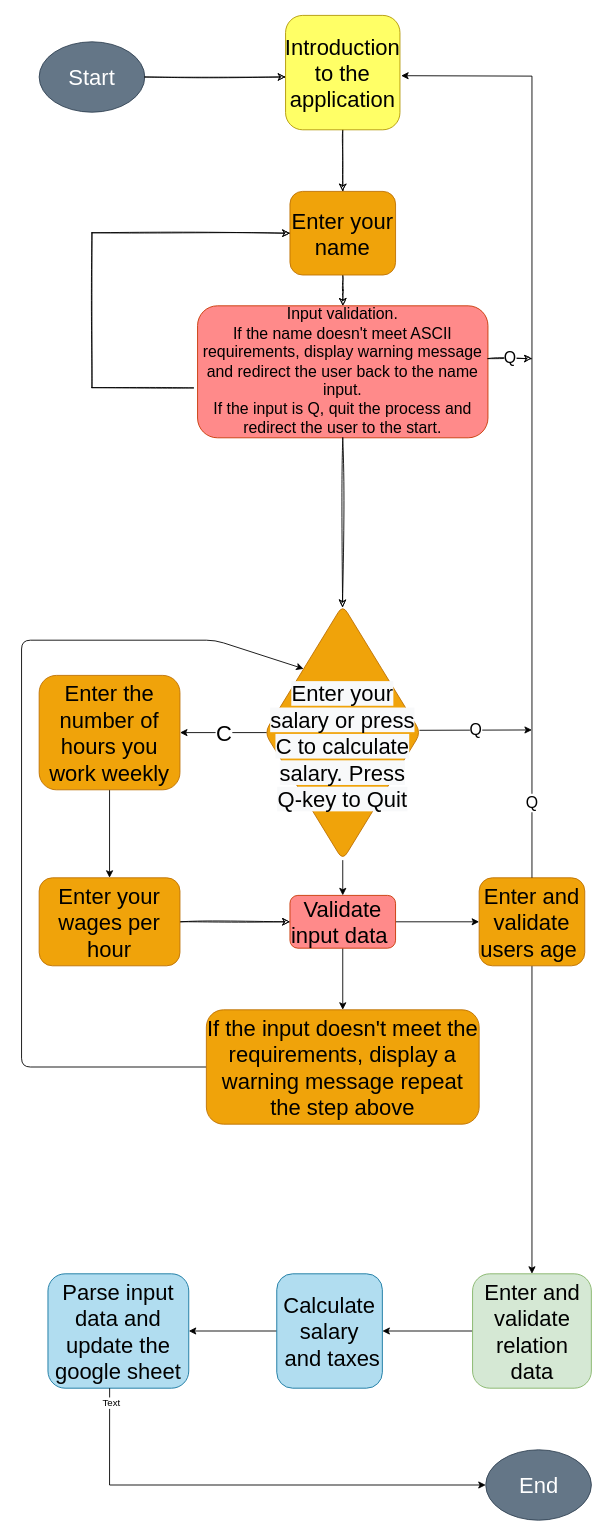
Code-Institute-Submissions/TomaszWoloszyn983-mini-tax-calculator_DecResub keeps this draw.io diagram as Untitled Diagram.drawio. Above is the earlier version. Source tidied: cells renumbered, new cells numbered last; positions are measured from the earlier drawing's top-left corner, leaving out a move shared by most shapes. Both pictures are drawn from the tidied source at 88%, with x=0, y=0 at pixel (21, 15).
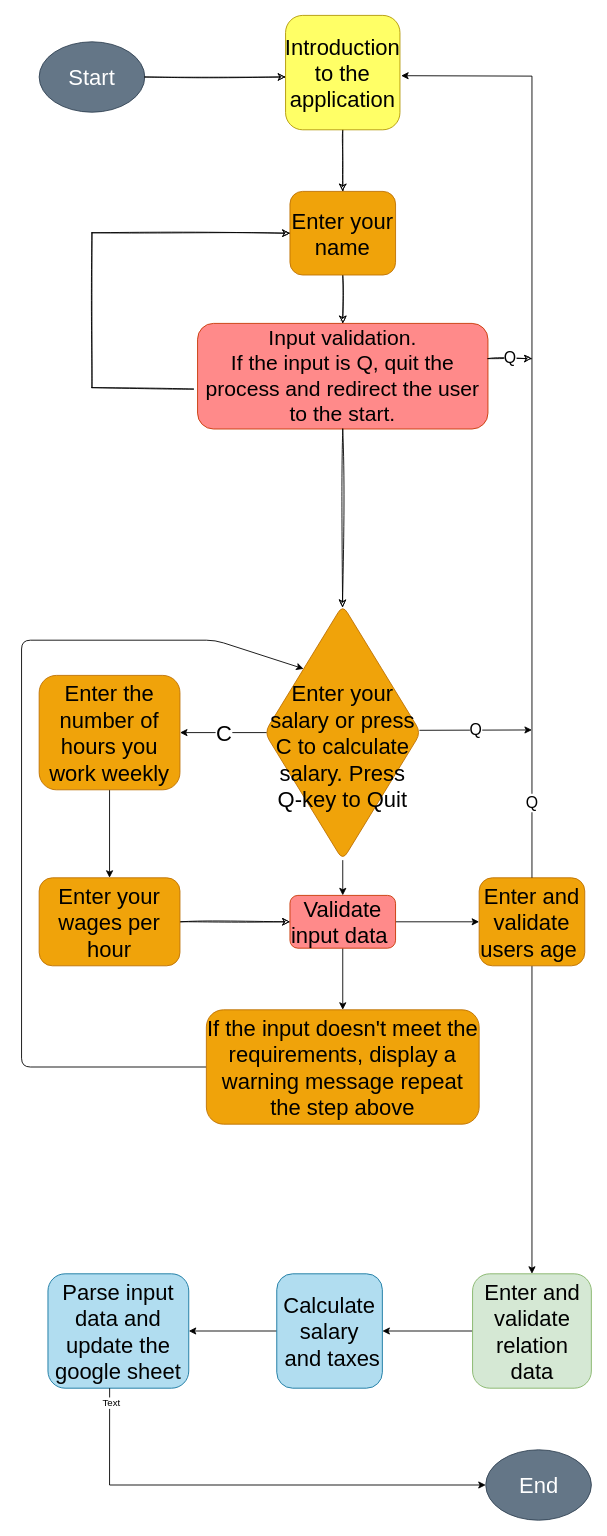
After the change.

Change to the diagram source:
```diff
@@
-    <mxCell id="10" value="&lt;br&gt;&lt;span style=&quot;font-family: Helvetica; font-size: 25px; font-style: normal; font-variant-ligatures: normal; font-variant-caps: normal; font-weight: 400; letter-spacing: normal; orphans: 2; text-align: center; text-indent: 0px; text-transform: none; widows: 2; word-spacing: 0px; -webkit-text-stroke-width: 0px; background-color: rgb(248, 249, 250); text-decoration-thickness: initial; text-decoration-style: initial; text-decoration-color: initial; float: none; display: inline !important;&quot;&gt;Enter your salary or press C to calculate salary. Press Q-key to Quit&lt;/span&gt;" style="rhombus;whiteSpace=wrap;html=1;fontSize=25;direction=south;rounded=1;sketch=0;fillColor=#f0a30a;strokeColor=#BD7000;fontColor=#000000;" parent="1" vertex="1">
+    <mxCell id="10" value="&lt;br&gt;&lt;span style=&quot;font-family: Helvetica; font-size: 25px; font-style: normal; font-variant-ligatures: normal; font-variant-caps: normal; font-weight: 400; letter-spacing: normal; orphans: 2; text-align: center; text-indent: 0px; text-transform: none; widows: 2; word-spacing: 0px; -webkit-text-stroke-width: 0px; text-decoration-thickness: initial; text-decoration-style: initial; text-decoration-color: initial; float: none; display: inline !important;&quot;&gt;Enter your salary or press C to calculate salary. Press Q-key to Quit&lt;/span&gt;" style="rhombus;whiteSpace=wrap;html=1;fontSize=25;direction=south;rounded=1;sketch=0;fillColor=#f0a30a;strokeColor=#BD7000;fontColor=#000000;labelBackgroundColor=none;" parent="1" vertex="1">
       <mxGeometry x="276.2" y="670" width="177.5" height="290" as="geometry" />
     </mxCell>
@@
-    <mxCell id="28" value="Input validation.&lt;br style=&quot;font-size: 18px;&quot;&gt;If the name doesn't meet ASCII requirements, display warning message and redirect the user back to the name input.&lt;br style=&quot;font-size: 18px;&quot;&gt;If the input is Q, quit the process and redirect the user to the start." style="rounded=1;whiteSpace=wrap;html=1;fontSize=18;sketch=0;fillColor=#FF8A8A;strokeColor=#C73500;fontColor=#000000;" parent="1" vertex="1">
-      <mxGeometry x="200" y="330" width="330" height="150" as="geometry" />
+    <mxCell id="28" value="Input validation.&lt;br style=&quot;font-size: 24px;&quot;&gt;If the input is Q, quit the process and redirect the user to the start." style="rounded=1;whiteSpace=wrap;html=1;fontSize=24;sketch=0;fillColor=#FF8A8A;strokeColor=#C73500;fontColor=#000000;" parent="1" vertex="1">
+      <mxGeometry x="200" y="350" width="330" height="120" as="geometry" />
     </mxCell>
```
